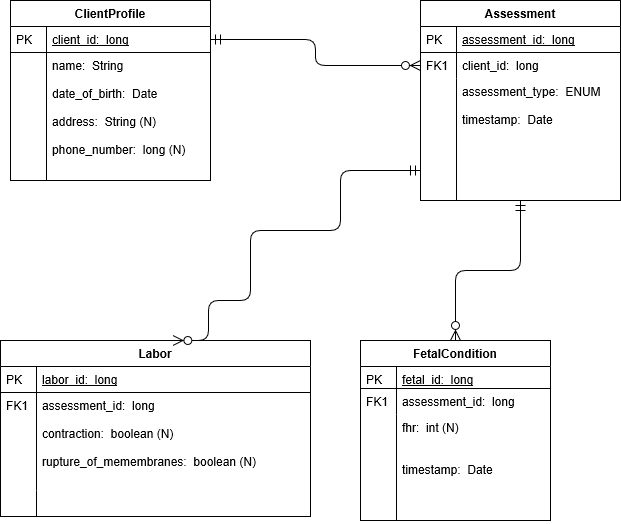
Before: docs/april-erd.png, a diagram exported from draw.io (JACFlyer/Aprilv2). Source tidied: cells renumbered, new cells last; positions are measured from the earlier drawing's top-left corner, leaving out a move shared by most shapes.
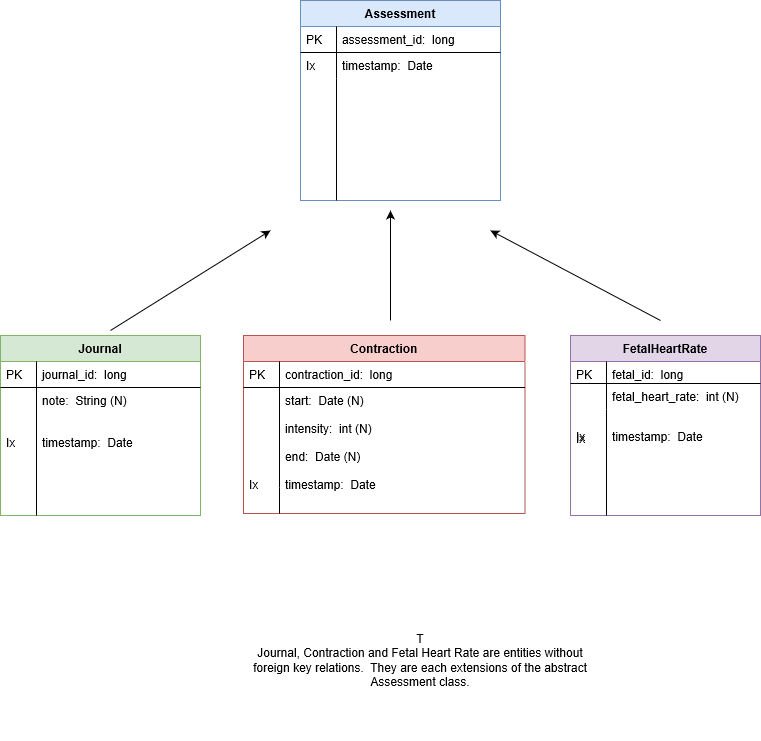
After the commit.

Diff of the diagram source:
```diff
@@ -2,101 +2,104 @@
   <root>
     <mxCell id="0" />
     <mxCell id="1" parent="0" />
-    <mxCell id="2" value="ClientProfile" style="swimlane;fontStyle=1;horizontal=1;startSize=26;rounded=0;shadow=0;strokeWidth=1;" parent="1" vertex="1">
-      <mxGeometry x="10" width="200" height="180" as="geometry" />
-    </mxCell>
-    <mxCell id="3" value="client_id:  long&#10;&#10;" style="shape=partialRectangle;top=0;left=0;right=0;bottom=1;align=left;verticalAlign=top;fillColor=none;spacingLeft=40;spacingRight=4;overflow=hidden;points=[[0,0.5],[1,0.5]];portConstraint=eastwest;rounded=0;shadow=0;strokeWidth=1;fontStyle=4;" parent="2" vertex="1">
-      <mxGeometry y="26" width="200" height="26" as="geometry" />
-    </mxCell>
-    <mxCell id="4" value="PK" style="shape=partialRectangle;top=0;left=0;bottom=0;fillColor=none;align=left;verticalAlign=top;spacingLeft=4;spacingRight=4;overflow=hidden;" parent="3" vertex="1">
-      <mxGeometry width="36" height="26" as="geometry" />
-    </mxCell>
-    <mxCell id="5" value="name:  String&#10;&#10;date_of_birth:  Date&#10;&#10;address:  String (N)&#10;&#10;phone_number:  long (N)" style="shape=partialRectangle;top=0;left=0;right=0;bottom=0;align=left;verticalAlign=top;fillColor=none;spacingLeft=40;spacingRight=4;overflow=hidden;rounded=0;shadow=0;strokeWidth=1;" parent="2" vertex="1">
-      <mxGeometry y="52" width="200" height="128" as="geometry" />
-    </mxCell>
-    <mxCell id="6" style="shape=partialRectangle;top=0;left=0;bottom=0;fillColor=none;align=left;verticalAlign=top;spacingLeft=4;spacingRight=4;overflow=hidden;" parent="5" vertex="1">
-      <mxGeometry width="36" height="128" as="geometry" />
-    </mxCell>
-    <mxCell id="7" value="Assessment" style="swimlane;fontStyle=1;horizontal=1;startSize=26;rounded=0;shadow=0;strokeWidth=1;" parent="1" vertex="1">
-      <mxGeometry x="420" width="200" height="200" as="geometry" />
+    <mxCell id="7" value="Assessment" style="swimlane;fontStyle=1;horizontal=1;startSize=26;rounded=0;shadow=0;strokeWidth=1;fillColor=#dae8fc;strokeColor=#6c8ebf;" parent="1" vertex="1">
+      <mxGeometry x="250" y="-80" width="200" height="200" as="geometry" />
     </mxCell>
-    <mxCell id="8" value="assessment_id:  long" style="shape=partialRectangle;top=0;left=0;right=0;bottom=1;align=left;verticalAlign=top;fillColor=none;spacingLeft=40;spacingRight=4;overflow=hidden;rounded=0;shadow=0;strokeWidth=1;fontStyle=4;" parent="7" vertex="1">
+    <mxCell id="8" value="assessment_id:  long" style="shape=partialRectangle;top=0;left=0;right=0;bottom=1;align=left;verticalAlign=top;fillColor=none;spacingLeft=40;spacingRight=4;overflow=hidden;rounded=0;shadow=0;strokeWidth=1;fontStyle=0;" parent="7" vertex="1">
       <mxGeometry y="26" width="200" height="26" as="geometry" />
     </mxCell>
     <mxCell id="9" value="PK" style="shape=partialRectangle;top=0;left=0;bottom=0;fillColor=none;align=left;verticalAlign=top;spacingLeft=4;spacingRight=4;overflow=hidden;" parent="8" vertex="1">
       <mxGeometry width="36" height="26" as="geometry" />
     </mxCell>
-    <mxCell id="10" value="client_id:  long" style="shape=partialRectangle;top=0;left=0;right=0;bottom=0;align=left;verticalAlign=top;fillColor=none;spacingLeft=40;spacingRight=4;overflow=hidden;points=[[0,0.5],[1,0.5]];portConstraint=eastwest;rounded=0;shadow=0;strokeWidth=1;" parent="7" vertex="1">
+    <mxCell id="10" value="timestamp:  Date" style="shape=partialRectangle;top=0;left=0;right=0;bottom=0;align=left;verticalAlign=top;fillColor=none;spacingLeft=40;spacingRight=4;overflow=hidden;points=[[0,0.5],[1,0.5]];portConstraint=eastwest;rounded=0;shadow=0;strokeWidth=1;" parent="7" vertex="1">
       <mxGeometry y="52" width="200" height="26" as="geometry" />
     </mxCell>
-    <mxCell id="11" value="FK1" style="shape=partialRectangle;top=0;left=0;bottom=0;fillColor=none;align=left;verticalAlign=top;spacingLeft=4;spacingRight=4;overflow=hidden;" parent="10" vertex="1">
+    <mxCell id="11" value="Ix" style="shape=partialRectangle;top=0;left=0;bottom=0;fillColor=none;align=left;verticalAlign=top;spacingLeft=4;spacingRight=4;overflow=hidden;" parent="10" vertex="1">
       <mxGeometry width="36" height="26" as="geometry" />
     </mxCell>
-    <mxCell id="12" value="assessment_type:  ENUM &#10;&#10;timestamp:  Date" style="shape=partialRectangle;top=0;left=0;right=0;bottom=0;align=left;verticalAlign=top;fillColor=none;spacingLeft=40;spacingRight=4;overflow=hidden;rounded=0;shadow=0;strokeWidth=1;" parent="7" vertex="1">
+    <mxCell id="12" style="shape=partialRectangle;top=0;left=0;right=0;bottom=0;align=left;verticalAlign=top;fillColor=none;spacingLeft=40;spacingRight=4;overflow=hidden;rounded=0;shadow=0;strokeWidth=1;" parent="7" vertex="1">
       <mxGeometry y="78" width="200" height="122" as="geometry" />
     </mxCell>
     <mxCell id="13" style="shape=partialRectangle;top=0;left=0;bottom=0;fillColor=none;align=left;verticalAlign=top;spacingLeft=4;spacingRight=4;overflow=hidden;" parent="12" vertex="1">
       <mxGeometry width="36" height="122" as="geometry" />
     </mxCell>
-    <mxCell id="14" style="edgeStyle=orthogonalEdgeStyle;endArrow=ERzeroToMany;startArrow=ERmandOne;shadow=0;strokeWidth=1;endSize=8;startSize=8;entryX=0;entryY=0.5;entryDx=0;entryDy=0;" parent="1" edge="1" source="3" target="10">
-      <mxGeometry relative="1" as="geometry" />
-    </mxCell>
-    <mxCell id="15" value="FetalCondition" style="swimlane;fontStyle=1;horizontal=1;startSize=26;rounded=0;shadow=0;strokeWidth=1;" parent="1" vertex="1">
-      <mxGeometry x="360" y="340" width="190" height="180" as="geometry" />
+    <mxCell id="15" value="FetalHeartRate" style="swimlane;fontStyle=1;horizontal=1;startSize=26;rounded=0;shadow=0;strokeWidth=1;fillColor=#e1d5e7;strokeColor=#9673a6;" parent="1" vertex="1">
+      <mxGeometry x="520" y="255" width="190" height="180" as="geometry" />
     </mxCell>
-    <mxCell id="16" value="fetal_id:  long" style="shape=partialRectangle;top=0;left=0;right=0;bottom=1;align=left;verticalAlign=top;fillColor=none;spacingLeft=40;spacingRight=4;overflow=hidden;rounded=0;shadow=0;strokeWidth=1;fontStyle=4;" parent="15" vertex="1">
+    <mxCell id="16" value="fetal_id:  long" style="shape=partialRectangle;top=0;left=0;right=0;bottom=1;align=left;verticalAlign=top;fillColor=none;spacingLeft=40;spacingRight=4;overflow=hidden;rounded=0;shadow=0;strokeWidth=1;fontStyle=0;" parent="15" vertex="1">
       <mxGeometry y="26" width="190" height="22" as="geometry" />
     </mxCell>
     <mxCell id="17" value="PK" style="shape=partialRectangle;top=0;left=0;bottom=0;fillColor=none;align=left;verticalAlign=top;spacingLeft=4;spacingRight=4;overflow=hidden;" parent="16" vertex="1">
       <mxGeometry width="36" height="22" as="geometry" />
     </mxCell>
-    <mxCell id="18" value="assessment_id:  long&#10;&#10;heart_rate:  int&#10;&#10;movement:  boolean" style="shape=partialRectangle;top=0;left=0;right=0;bottom=0;align=left;verticalAlign=top;fillColor=none;spacingLeft=40;spacingRight=4;overflow=hidden;rounded=0;shadow=0;strokeWidth=1;" parent="15" vertex="1">
+    <mxCell id="18" value="fetal_heart_rate:  int (N)" style="shape=partialRectangle;top=0;left=0;right=0;bottom=0;align=left;verticalAlign=top;fillColor=none;spacingLeft=40;spacingRight=4;overflow=hidden;rounded=0;shadow=0;strokeWidth=1;" parent="15" vertex="1">
       <mxGeometry y="48" width="190" height="26" as="geometry" />
     </mxCell>
-    <mxCell id="19" value="FK1" style="shape=partialRectangle;top=0;left=0;bottom=0;fillColor=none;align=left;verticalAlign=top;spacingLeft=4;spacingRight=4;overflow=hidden;" parent="18" vertex="1">
+    <mxCell id="19" value="&#10;&#10;&#10;Ix" style="shape=partialRectangle;top=0;left=0;bottom=0;fillColor=none;align=left;verticalAlign=top;spacingLeft=4;spacingRight=4;overflow=hidden;" parent="18" vertex="1">
       <mxGeometry width="36" height="26" as="geometry" />
     </mxCell>
-    <mxCell id="20" value="fhr:  int (N)&#10;&#10;&#10;timestamp:  Date" style="shape=partialRectangle;top=0;left=0;right=0;bottom=0;align=left;verticalAlign=top;fillColor=none;spacingLeft=40;spacingRight=4;overflow=hidden;rounded=0;shadow=0;strokeWidth=1;" parent="15" vertex="1">
+    <mxCell id="20" value="&#10;timestamp:  Date" style="shape=partialRectangle;top=0;left=0;right=0;bottom=0;align=left;verticalAlign=top;fillColor=none;spacingLeft=40;spacingRight=4;overflow=hidden;rounded=0;shadow=0;strokeWidth=1;" parent="15" vertex="1">
       <mxGeometry y="74" width="190" height="106" as="geometry" />
     </mxCell>
-    <mxCell id="21" style="shape=partialRectangle;top=0;left=0;bottom=0;fillColor=none;align=left;verticalAlign=top;spacingLeft=4;spacingRight=4;overflow=hidden;" parent="20" vertex="1">
+    <mxCell id="21" value="&#10;Ix" style="shape=partialRectangle;top=0;left=0;bottom=0;fillColor=none;align=left;verticalAlign=top;spacingLeft=4;spacingRight=4;overflow=hidden;" parent="20" vertex="1">
       <mxGeometry width="36" height="106" as="geometry" />
     </mxCell>
-    <mxCell id="22" style="edgeStyle=orthogonalEdgeStyle;endArrow=ERzeroToMany;startArrow=ERmandOne;shadow=0;strokeWidth=1;endSize=8;startSize=8;" parent="1" edge="1" source="7" target="15">
-      <mxGeometry relative="1" as="geometry" />
-    </mxCell>
+    <mxCell id="2" value="Journal" style="swimlane;fontStyle=1;horizontal=1;startSize=26;rounded=0;shadow=0;strokeWidth=1;fillColor=#d5e8d4;strokeColor=#82b366;" parent="1" vertex="1">
+      <mxGeometry x="-50" y="255" width="200" height="180" as="geometry" />
+    </mxCell>
+    <mxCell id="3" value="journal_id:  long&#10;" style="shape=partialRectangle;top=0;left=0;right=0;bottom=1;align=left;verticalAlign=top;fillColor=none;spacingLeft=40;spacingRight=4;overflow=hidden;points=[[0,0.5],[1,0.5]];portConstraint=eastwest;rounded=0;shadow=0;strokeWidth=1;fontStyle=0;" parent="2" vertex="1">
+      <mxGeometry y="26" width="200" height="26" as="geometry" />
+    </mxCell>
+    <mxCell id="4" value="PK" style="shape=partialRectangle;top=0;left=0;bottom=0;fillColor=none;align=left;verticalAlign=top;spacingLeft=4;spacingRight=4;overflow=hidden;" parent="3" vertex="1">
+      <mxGeometry width="36" height="26" as="geometry" />
+    </mxCell>
+    <mxCell id="5" value="note:  String (N)&#10;&#10;&#10;timestamp:  Date" style="shape=partialRectangle;top=0;left=0;right=0;bottom=0;align=left;verticalAlign=top;fillColor=none;spacingLeft=40;spacingRight=4;overflow=hidden;rounded=0;shadow=0;strokeWidth=1;" parent="2" vertex="1">
+      <mxGeometry y="52" width="200" height="128" as="geometry" />
+    </mxCell>
+    <mxCell id="6" value="&#10;&#10;&#10;Ix" style="shape=partialRectangle;top=0;left=0;bottom=0;fillColor=none;align=left;verticalAlign=top;spacingLeft=4;spacingRight=4;overflow=hidden;" parent="5" vertex="1">
+      <mxGeometry width="36" height="128" as="geometry" />
+    </mxCell>
-    <mxCell id="23" value="Labor" style="swimlane;fontStyle=1;horizontal=1;startSize=26;rounded=0;shadow=0;strokeWidth=1;" parent="1" vertex="1">
-      <mxGeometry y="340" width="310" height="176" as="geometry" />
+    <mxCell id="23" value="Contraction" style="swimlane;fontStyle=1;horizontal=1;startSize=26;rounded=0;shadow=0;strokeWidth=1;fillColor=#f8cecc;strokeColor=#b85450;" parent="1" vertex="1">
+      <mxGeometry x="193" y="255" width="281.5" height="178" as="geometry" />
     </mxCell>
-    <mxCell id="24" value="labor_id:  long" style="shape=partialRectangle;top=0;left=0;right=0;bottom=1;align=left;verticalAlign=top;fillColor=none;spacingLeft=40;spacingRight=4;overflow=hidden;rounded=0;shadow=0;strokeWidth=1;fontStyle=4;" parent="23" vertex="1">
-      <mxGeometry y="26" width="310" height="26" as="geometry" />
+    <mxCell id="24" value="contraction_id:  long" style="shape=partialRectangle;top=0;left=0;right=0;bottom=1;align=left;verticalAlign=top;fillColor=none;spacingLeft=40;spacingRight=4;overflow=hidden;rounded=0;shadow=0;strokeWidth=1;fontStyle=0;" parent="23" vertex="1">
+      <mxGeometry y="26" width="281.5" height="26" as="geometry" />
     </mxCell>
     <mxCell id="25" value="PK" style="shape=partialRectangle;top=0;left=0;bottom=0;fillColor=none;align=left;verticalAlign=top;spacingLeft=4;spacingRight=4;overflow=hidden;" parent="24" vertex="1">
       <mxGeometry width="36" height="26" as="geometry" />
     </mxCell>
-    <mxCell id="26" value="assessment_id:  long&#10;&#10;contraction:  boolean (N)&#10;&#10;rupture_of_memembranes:  boolean (N)&#10;&#10;&#10;timestamp: Date" style="shape=partialRectangle;top=0;left=0;right=0;bottom=0;align=left;verticalAlign=top;fillColor=none;spacingLeft=40;spacingRight=4;overflow=hidden;rounded=0;shadow=0;strokeWidth=1;" parent="23" vertex="1">
-      <mxGeometry y="52" width="310" height="98" as="geometry" />
+    <mxCell id="26" value="start:  Date (N)&#10;&#10;intensity:  int (N)&#10;&#10;end:  Date (N)&#10;&#10;timestamp:  Date" style="shape=partialRectangle;top=0;left=0;right=0;bottom=0;align=left;verticalAlign=top;fillColor=none;spacingLeft=40;spacingRight=4;overflow=hidden;rounded=0;shadow=0;strokeWidth=1;" parent="23" vertex="1">
+      <mxGeometry y="52" width="281.5" height="100" as="geometry" />
     </mxCell>
-    <mxCell id="27" value="FK1" style="shape=partialRectangle;top=0;left=0;bottom=0;fillColor=none;align=left;verticalAlign=top;spacingLeft=4;spacingRight=4;overflow=hidden;" parent="26" vertex="1">
-      <mxGeometry width="36" height="98" as="geometry" />
+    <mxCell id="27" value="&#10;&#10;&#10;&#10;&#10;&#10;Ix" style="shape=partialRectangle;top=0;left=0;bottom=0;fillColor=none;align=left;verticalAlign=top;spacingLeft=4;spacingRight=4;overflow=hidden;" parent="26" vertex="1">
+      <mxGeometry width="36" height="100" as="geometry" />
     </mxCell>
     <mxCell id="28" style="shape=partialRectangle;top=0;left=0;right=0;bottom=0;align=left;verticalAlign=top;fillColor=none;spacingLeft=40;spacingRight=4;overflow=hidden;rounded=0;shadow=0;strokeWidth=1;" parent="23" vertex="1">
-      <mxGeometry y="150" width="310" height="26" as="geometry" />
+      <mxGeometry y="152" width="281.5" height="26" as="geometry" />
     </mxCell>
     <mxCell id="29" style="shape=partialRectangle;top=0;left=0;bottom=0;fillColor=none;align=left;verticalAlign=top;spacingLeft=4;spacingRight=4;overflow=hidden;" parent="28" vertex="1">
       <mxGeometry width="36" height="26" as="geometry" />
     </mxCell>
-    <mxCell id="30" style="edgeStyle=orthogonalEdgeStyle;endArrow=ERzeroToMany;startArrow=ERmandOne;shadow=0;strokeWidth=1;endSize=8;startSize=8;entryX=0.556;entryY=0;entryDx=0;entryDy=0;entryPerimeter=0;" parent="1" edge="1" target="23">
-      <mxGeometry relative="1" as="geometry">
-        <mxPoint x="420" y="170" as="sourcePoint" />
-        <Array as="points">
-          <mxPoint x="340" y="170" />
-          <mxPoint x="340" y="230" />
-          <mxPoint x="250" y="230" />
-          <mxPoint x="250" y="300" />
-          <mxPoint x="208" y="300" />
-        </Array>
-      </mxGeometry>
-    </mxCell>
+    <mxCell id="31" style="endArrow=classic;html=1;" parent="1" edge="1">
+      <mxGeometry relative="1" as="geometry">
+        <mxPoint x="60" y="250" as="sourcePoint" />
+        <mxPoint x="220" y="150" as="targetPoint" />
+      </mxGeometry>
+    </mxCell>
+    <mxCell id="32" style="endArrow=classic;html=1;" parent="1" edge="1">
+      <mxGeometry relative="1" as="geometry">
+        <mxPoint x="340" y="240" as="sourcePoint" />
+        <mxPoint x="340" y="130" as="targetPoint" />
+      </mxGeometry>
+    </mxCell>
+    <mxCell id="33" style="endArrow=classic;html=1;" parent="1" edge="1">
+      <mxGeometry relative="1" as="geometry">
+        <mxPoint x="610" y="240" as="sourcePoint" />
+        <mxPoint x="440" y="150" as="targetPoint" />
+      </mxGeometry>
+    </mxCell>
+    <mxCell id="34" value="T&lt;br&gt;Journal, Contraction and Fetal Heart Rate are entities without foreign key relations.&amp;nbsp; They are each extensions of the abstract Assessment class." style="text;html=1;strokeColor=none;fillColor=none;align=center;verticalAlign=middle;whiteSpace=wrap;rounded=0;" parent="1" vertex="1">
+      <mxGeometry x="190" y="500" width="360" height="160" as="geometry" />
+    </mxCell>
   </root>
 </mxGraphModel>
```
